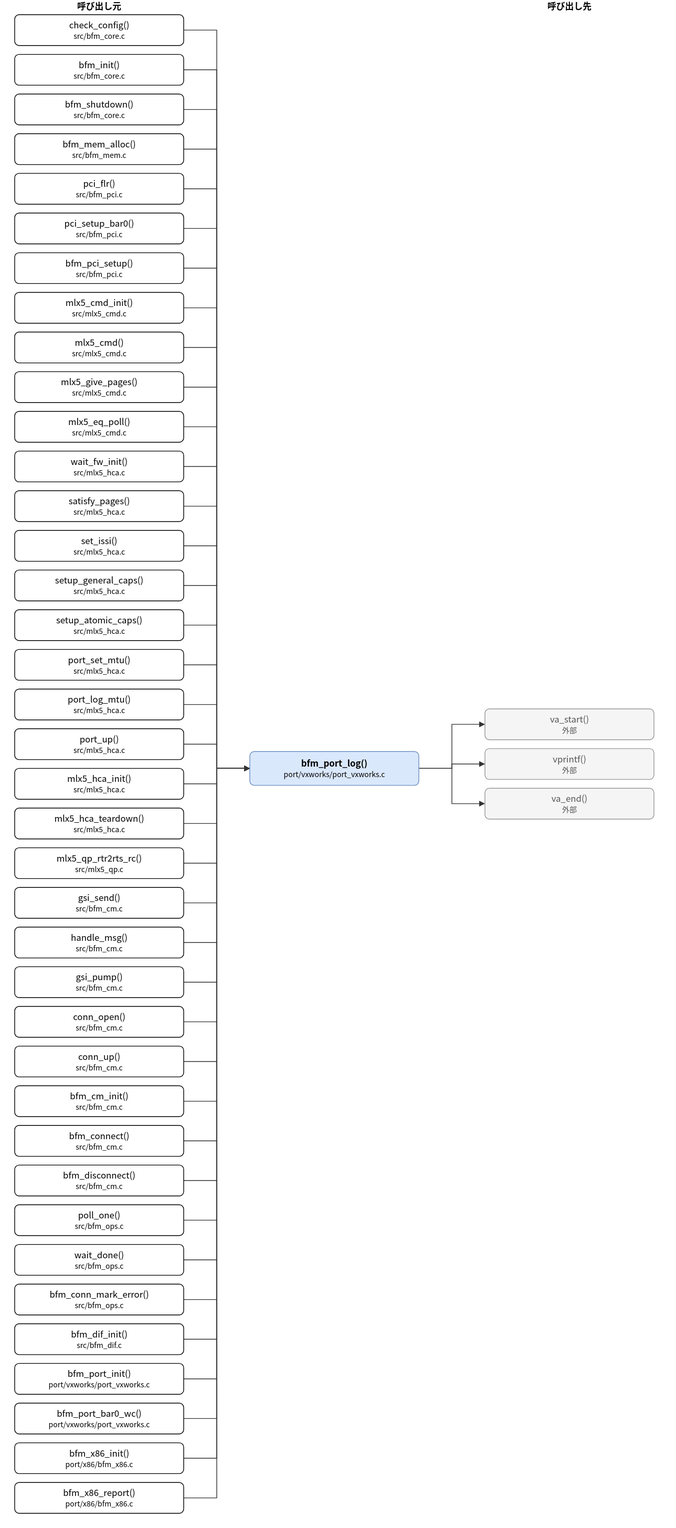
Earlier version of the draw.io export doc/spec/images/call_port_vxworks_port_vxworks-bfm_port_log.drawio.svg (hf355051012-ai/bfmem). Source tidied: cells renumbered, new cells last; positions are measured from the earlier drawing's top-left corner, leaving out a move shared by most shapes.
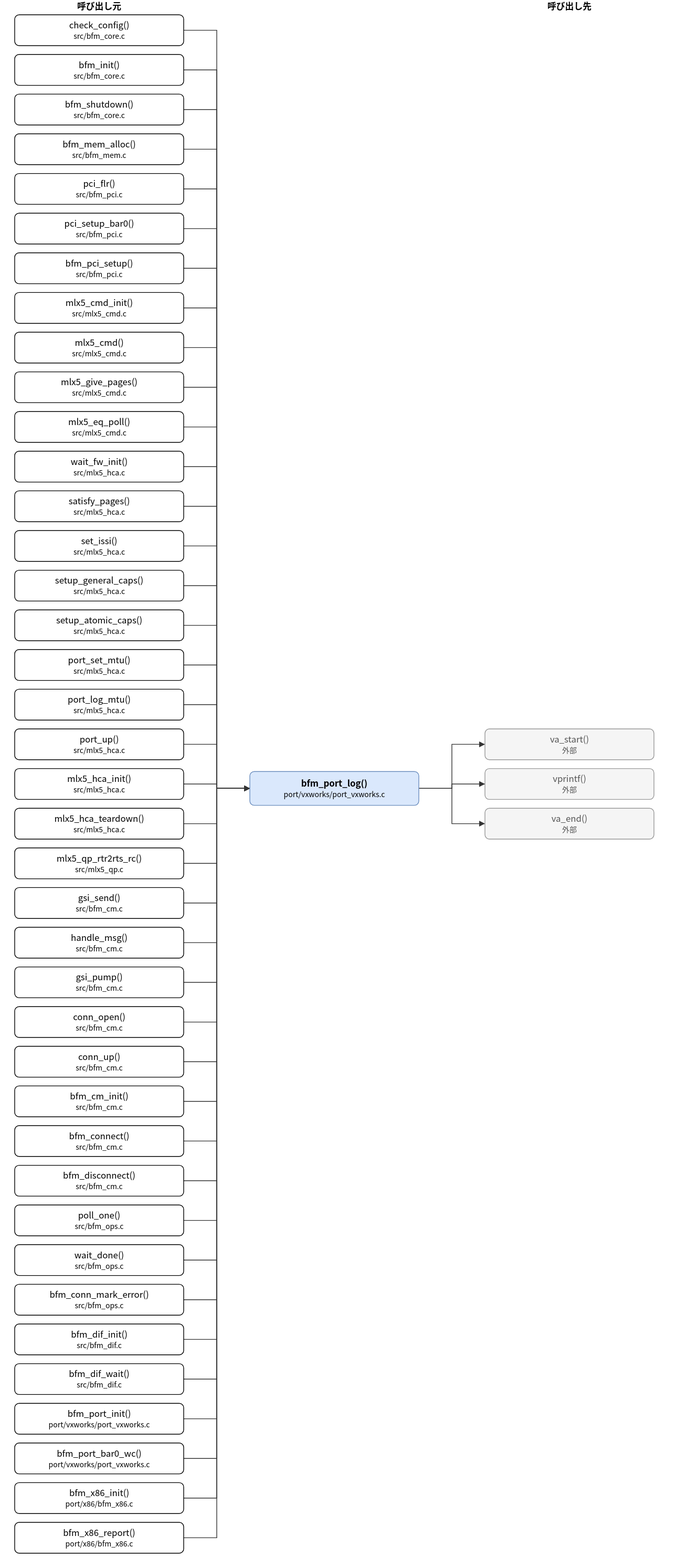
Above is the later version.

What changed in the source:
```diff
@@ -3,7 +3,7 @@
     <mxCell id="0" />
     <mxCell id="1" parent="0" />
     <mxCell id="2" value="bfm_port_log()&lt;br&gt;&lt;font style=&quot;font-size:10px&quot;&gt;port/vxworks/port_vxworks.c&lt;/font&gt;" style="rounded=1;whiteSpace=wrap;html=1;fillColor=#dae8fc;strokeColor=#6c8ebf;fontStyle=1;" parent="1" vertex="1">
-      <mxGeometry x="320" y="1023" width="230" height="46" as="geometry" />
+      <mxGeometry x="320" y="1050" width="230" height="46" as="geometry" />
     </mxCell>
     <mxCell id="3" value="check_config()&lt;br&gt;&lt;font style=&quot;font-size:10px&quot;&gt;src/bfm_core.c&lt;/font&gt;" style="rounded=1;whiteSpace=wrap;html=1;" parent="1" vertex="1">
       <mxGeometry y="20" width="230" height="42" as="geometry" />
@@ -107,32 +107,35 @@
     <mxCell id="36" value="bfm_dif_init()&lt;br&gt;&lt;font style=&quot;font-size:10px&quot;&gt;src/bfm_dif.c&lt;/font&gt;" style="rounded=1;whiteSpace=wrap;html=1;" parent="1" vertex="1">
       <mxGeometry y="1802" width="230" height="42" as="geometry" />
     </mxCell>
-    <mxCell id="37" value="bfm_port_init()&lt;br&gt;&lt;font style=&quot;font-size:10px&quot;&gt;port/vxworks/port_vxworks.c&lt;/font&gt;" style="rounded=1;whiteSpace=wrap;html=1;" parent="1" vertex="1">
+    <mxCell id="37" value="bfm_dif_wait()&lt;br&gt;&lt;font style=&quot;font-size:10px&quot;&gt;src/bfm_dif.c&lt;/font&gt;" style="rounded=1;whiteSpace=wrap;html=1;" parent="1" vertex="1">
       <mxGeometry y="1856" width="230" height="42" as="geometry" />
     </mxCell>
-    <mxCell id="38" value="bfm_port_bar0_wc()&lt;br&gt;&lt;font style=&quot;font-size:10px&quot;&gt;port/vxworks/port_vxworks.c&lt;/font&gt;" style="rounded=1;whiteSpace=wrap;html=1;" parent="1" vertex="1">
+    <mxCell id="38" value="bfm_port_init()&lt;br&gt;&lt;font style=&quot;font-size:10px&quot;&gt;port/vxworks/port_vxworks.c&lt;/font&gt;" style="rounded=1;whiteSpace=wrap;html=1;" parent="1" vertex="1">
       <mxGeometry y="1910" width="230" height="42" as="geometry" />
     </mxCell>
-    <mxCell id="39" value="bfm_x86_init()&lt;br&gt;&lt;font style=&quot;font-size:10px&quot;&gt;port/x86/bfm_x86.c&lt;/font&gt;" style="rounded=1;whiteSpace=wrap;html=1;" parent="1" vertex="1">
+    <mxCell id="39" value="bfm_port_bar0_wc()&lt;br&gt;&lt;font style=&quot;font-size:10px&quot;&gt;port/vxworks/port_vxworks.c&lt;/font&gt;" style="rounded=1;whiteSpace=wrap;html=1;" parent="1" vertex="1">
       <mxGeometry y="1964" width="230" height="42" as="geometry" />
     </mxCell>
-    <mxCell id="40" value="bfm_x86_report()&lt;br&gt;&lt;font style=&quot;font-size:10px&quot;&gt;port/x86/bfm_x86.c&lt;/font&gt;" style="rounded=1;whiteSpace=wrap;html=1;" parent="1" vertex="1">
+    <mxCell id="40" value="bfm_x86_init()&lt;br&gt;&lt;font style=&quot;font-size:10px&quot;&gt;port/x86/bfm_x86.c&lt;/font&gt;" style="rounded=1;whiteSpace=wrap;html=1;" parent="1" vertex="1">
       <mxGeometry y="2018" width="230" height="42" as="geometry" />
     </mxCell>
+    <mxCell id="87" value="bfm_x86_report()&lt;br&gt;&lt;font style=&quot;font-size:10px&quot;&gt;port/x86/bfm_x86.c&lt;/font&gt;" style="rounded=1;whiteSpace=wrap;html=1;" parent="1" vertex="1">
+      <mxGeometry y="2072" width="230" height="42" as="geometry" />
+    </mxCell>
     <mxCell id="41" value="va_start()&lt;br&gt;&lt;font style=&quot;font-size:10px&quot;&gt;外部&lt;/font&gt;" style="rounded=1;whiteSpace=wrap;html=1;fillColor=#f5f5f5;strokeColor=#999999;fontColor=#555555;" parent="1" vertex="1">
-      <mxGeometry x="640" y="965" width="230" height="42" as="geometry" />
+      <mxGeometry x="640" y="992" width="230" height="42" as="geometry" />
     </mxCell>
     <mxCell id="42" value="vprintf()&lt;br&gt;&lt;font style=&quot;font-size:10px&quot;&gt;外部&lt;/font&gt;" style="rounded=1;whiteSpace=wrap;html=1;fillColor=#f5f5f5;strokeColor=#999999;fontColor=#555555;" parent="1" vertex="1">
-      <mxGeometry x="640" y="1019" width="230" height="42" as="geometry" />
+      <mxGeometry x="640" y="1046" width="230" height="42" as="geometry" />
     </mxCell>
     <mxCell id="43" value="va_end()&lt;br&gt;&lt;font style=&quot;font-size:10px&quot;&gt;外部&lt;/font&gt;" style="rounded=1;whiteSpace=wrap;html=1;fillColor=#f5f5f5;strokeColor=#999999;fontColor=#555555;" parent="1" vertex="1">
-      <mxGeometry x="640" y="1073" width="230" height="42" as="geometry" />
+      <mxGeometry x="640" y="1100" width="230" height="42" as="geometry" />
     </mxCell>
     <mxCell id="44" style="edgeStyle=none;html=1;rounded=0;endArrow=block;endFill=1;exitX=1.0000;exitY=0.5000;exitDx=0;exitDy=0;exitPerimeter=0;entryX=0.0000;entryY=0.5000;entryDx=0;entryDy=0;entryPerimeter=0;" parent="1" edge="1" source="3" target="2">
       <mxGeometry relative="1" as="geometry">
         <Array as="points">
           <mxPoint x="275" y="41" />
-          <mxPoint x="275" y="1046" />
+          <mxPoint x="275" y="1073" />
         </Array>
       </mxGeometry>
     </mxCell>
@@ -140,7 +143,7 @@
       <mxGeometry relative="1" as="geometry">
         <Array as="points">
           <mxPoint x="275" y="95" />
-          <mxPoint x="275" y="1046" />
+          <mxPoint x="275" y="1073" />
         </Array>
       </mxGeometry>
     </mxCell>
@@ -148,7 +151,7 @@
       <mxGeometry relative="1" as="geometry">
         <Array as="points">
           <mxPoint x="275" y="149" />
-          <mxPoint x="275" y="1046" />
+          <mxPoint x="275" y="1073" />
         </Array>
       </mxGeometry>
     </mxCell>
@@ -156,7 +159,7 @@
       <mxGeometry relative="1" as="geometry">
         <Array as="points">
           <mxPoint x="275" y="203" />
-          <mxPoint x="275" y="1046" />
+          <mxPoint x="275" y="1073" />
         </Array>
       </mxGeometry>
     </mxCell>
@@ -164,7 +167,7 @@
       <mxGeometry relative="1" as="geometry">
         <Array as="points">
           <mxPoint x="275" y="257" />
-          <mxPoint x="275" y="1046" />
+          <mxPoint x="275" y="1073" />
         </Array>
       </mxGeometry>
     </mxCell>
@@ -172,7 +175,7 @@
       <mxGeometry relative="1" as="geometry">
         <Array as="points">
           <mxPoint x="275" y="311" />
-          <mxPoint x="275" y="1046" />
+          <mxPoint x="275" y="1073" />
         </Array>
       </mxGeometry>
     </mxCell>
@@ -180,7 +183,7 @@
       <mxGeometry relative="1" as="geometry">
         <Array as="points">
           <mxPoint x="275" y="365" />
-          <mxPoint x="275" y="1046" />
+          <mxPoint x="275" y="1073" />
         </Array>
       </mxGeometry>
     </mxCell>
@@ -188,7 +191,7 @@
       <mxGeometry relative="1" as="geometry">
         <Array as="points">
           <mxPoint x="275" y="419" />
-          <mxPoint x="275" y="1046" />
+          <mxPoint x="275" y="1073" />
         </Array>
       </mxGeometry>
     </mxCell>
@@ -196,7 +199,7 @@
       <mxGeometry relative="1" as="geometry">
         <Array as="points">
           <mxPoint x="275" y="473" />
-          <mxPoint x="275" y="1046" />
+          <mxPoint x="275" y="1073" />
         </Array>
       </mxGeometry>
     </mxCell>
@@ -204,7 +207,7 @@
       <mxGeometry relative="1" as="geometry">
         <Array as="points">
           <mxPoint x="275" y="527" />
-          <mxPoint x="275" y="1046" />
+          <mxPoint x="275" y="1073" />
         </Array>
       </mxGeometry>
     </mxCell>
@@ -212,7 +215,7 @@
       <mxGeometry relative="1" as="geometry">
         <Array as="points">
           <mxPoint x="275" y="581" />
-          <mxPoint x="275" y="1046" />
+          <mxPoint x="275" y="1073" />
         </Array>
       </mxGeometry>
     </mxCell>
@@ -220,7 +223,7 @@
       <mxGeometry relative="1" as="geometry">
         <Array as="points">
           <mxPoint x="275" y="635" />
-          <mxPoint x="275" y="1046" />
+          <mxPoint x="275" y="1073" />
         </Array>
       </mxGeometry>
     </mxCell>
@@ -228,7 +231,7 @@
       <mxGeometry relative="1" as="geometry">
         <Array as="points">
           <mxPoint x="275" y="689" />
-          <mxPoint x="275" y="1046" />
+          <mxPoint x="275" y="1073" />
         </Array>
       </mxGeometry>
     </mxCell>
@@ -236,7 +239,7 @@
       <mxGeometry relative="1" as="geometry">
         <Array as="points">
           <mxPoint x="275" y="743" />
-          <mxPoint x="275" y="1046" />
+          <mxPoint x="275" y="1073" />
         </Array>
       </mxGeometry>
     </mxCell>
@@ -244,7 +247,7 @@
       <mxGeometry relative="1" as="geometry">
         <Array as="points">
           <mxPoint x="275" y="797" />
-          <mxPoint x="275" y="1046" />
+          <mxPoint x="275" y="1073" />
         </Array>
       </mxGeometry>
     </mxCell>
@@ -252,7 +255,7 @@
       <mxGeometry relative="1" as="geometry">
         <Array as="points">
           <mxPoint x="275" y="851" />
-          <mxPoint x="275" y="1046" />
+          <mxPoint x="275" y="1073" />
         </Array>
       </mxGeometry>
     </mxCell>
@@ -260,7 +263,7 @@
       <mxGeometry relative="1" as="geometry">
         <Array as="points">
           <mxPoint x="275" y="905" />
-          <mxPoint x="275" y="1046" />
+          <mxPoint x="275" y="1073" />
         </Array>
       </mxGeometry>
     </mxCell>
@@ -268,7 +271,7 @@
       <mxGeometry relative="1" as="geometry">
         <Array as="points">
           <mxPoint x="275" y="959" />
-          <mxPoint x="275" y="1046" />
+          <mxPoint x="275" y="1073" />
         </Array>
       </mxGeometry>
     </mxCell>
@@ -276,7 +279,7 @@
       <mxGeometry relative="1" as="geometry">
         <Array as="points">
           <mxPoint x="275" y="1013" />
-          <mxPoint x="275" y="1046" />
+          <mxPoint x="275" y="1073" />
         </Array>
       </mxGeometry>
     </mxCell>
@@ -284,7 +287,7 @@
       <mxGeometry relative="1" as="geometry">
         <Array as="points">
           <mxPoint x="275" y="1067" />
-          <mxPoint x="275" y="1046" />
+          <mxPoint x="275" y="1073" />
         </Array>
       </mxGeometry>
     </mxCell>
@@ -292,7 +295,7 @@
       <mxGeometry relative="1" as="geometry">
         <Array as="points">
           <mxPoint x="275" y="1121" />
-          <mxPoint x="275" y="1046" />
+          <mxPoint x="275" y="1073" />
         </Array>
       </mxGeometry>
     </mxCell>
@@ -300,7 +303,7 @@
       <mxGeometry relative="1" as="geometry">
         <Array as="points">
           <mxPoint x="275" y="1175" />
-          <mxPoint x="275" y="1046" />
+          <mxPoint x="275" y="1073" />
         </Array>
       </mxGeometry>
     </mxCell>
@@ -308,7 +311,7 @@
       <mxGeometry relative="1" as="geometry">
         <Array as="points">
           <mxPoint x="275" y="1229" />
-          <mxPoint x="275" y="1046" />
+          <mxPoint x="275" y="1073" />
         </Array>
       </mxGeometry>
     </mxCell>
@@ -316,7 +319,7 @@
       <mxGeometry relative="1" as="geometry">
         <Array as="points">
           <mxPoint x="275" y="1283" />
-          <mxPoint x="275" y="1046" />
+          <mxPoint x="275" y="1073" />
         </Array>
       </mxGeometry>
     </mxCell>
@@ -324,7 +327,7 @@
       <mxGeometry relative="1" as="geometry">
         <Array as="points">
           <mxPoint x="275" y="1337" />
-          <mxPoint x="275" y="1046" />
+          <mxPoint x="275" y="1073" />
         </Array>
       </mxGeometry>
     </mxCell>
@@ -332,7 +335,7 @@
       <mxGeometry relative="1" as="geometry">
         <Array as="points">
           <mxPoint x="275" y="1391" />
-          <mxPoint x="275" y="1046" />
+          <mxPoint x="275" y="1073" />
         </Array>
       </mxGeometry>
     </mxCell>
@@ -340,7 +343,7 @@
       <mxGeometry relative="1" as="geometry">
         <Array as="points">
           <mxPoint x="275" y="1445" />
-          <mxPoint x="275" y="1046" />
+          <mxPoint x="275" y="1073" />
         </Array>
       </mxGeometry>
     </mxCell>
@@ -348,7 +351,7 @@
       <mxGeometry relative="1" as="geometry">
         <Array as="points">
           <mxPoint x="275" y="1499" />
-          <mxPoint x="275" y="1046" />
+          <mxPoint x="275" y="1073" />
         </Array>
       </mxGeometry>
     </mxCell>
@@ -356,7 +359,7 @@
       <mxGeometry relative="1" as="geometry">
         <Array as="points">
           <mxPoint x="275" y="1553" />
-          <mxPoint x="275" y="1046" />
+          <mxPoint x="275" y="1073" />
         </Array>
       </mxGeometry>
     </mxCell>
@@ -364,7 +367,7 @@
       <mxGeometry relative="1" as="geometry">
         <Array as="points">
           <mxPoint x="275" y="1607" />
-          <mxPoint x="275" y="1046" />
+          <mxPoint x="275" y="1073" />
         </Array>
       </mxGeometry>
     </mxCell>
@@ -372,7 +375,7 @@
       <mxGeometry relative="1" as="geometry">
         <Array as="points">
           <mxPoint x="275" y="1661" />
-          <mxPoint x="275" y="1046" />
+          <mxPoint x="275" y="1073" />
         </Array>
       </mxGeometry>
     </mxCell>
@@ -380,7 +383,7 @@
       <mxGeometry relative="1" as="geometry">
         <Array as="points">
           <mxPoint x="275" y="1715" />
-          <mxPoint x="275" y="1046" />
+          <mxPoint x="275" y="1073" />
         </Array>
       </mxGeometry>
     </mxCell>
@@ -388,7 +391,7 @@
       <mxGeometry relative="1" as="geometry">
         <Array as="points">
           <mxPoint x="275" y="1769" />
-          <mxPoint x="275" y="1046" />
+          <mxPoint x="275" y="1073" />
         </Array>
       </mxGeometry>
     </mxCell>
@@ -396,7 +399,7 @@
       <mxGeometry relative="1" as="geometry">
         <Array as="points">
           <mxPoint x="275" y="1823" />
-          <mxPoint x="275" y="1046" />
+          <mxPoint x="275" y="1073" />
         </Array>
       </mxGeometry>
     </mxCell>
@@ -404,7 +407,7 @@
       <mxGeometry relative="1" as="geometry">
         <Array as="points">
           <mxPoint x="275" y="1877" />
-          <mxPoint x="275" y="1046" />
+          <mxPoint x="275" y="1073" />
         </Array>
       </mxGeometry>
     </mxCell>
@@ -412,7 +415,7 @@
       <mxGeometry relative="1" as="geometry">
         <Array as="points">
           <mxPoint x="275" y="1931" />
-          <mxPoint x="275" y="1046" />
+          <mxPoint x="275" y="1073" />
         </Array>
       </mxGeometry>
     </mxCell>
@@ -420,7 +423,7 @@
       <mxGeometry relative="1" as="geometry">
         <Array as="points">
           <mxPoint x="275" y="1985" />
-          <mxPoint x="275" y="1046" />
+          <mxPoint x="275" y="1073" />
         </Array>
       </mxGeometry>
     </mxCell>
@@ -428,34 +431,42 @@
       <mxGeometry relative="1" as="geometry">
         <Array as="points">
           <mxPoint x="275" y="2039" />
-          <mxPoint x="275" y="1046" />
+          <mxPoint x="275" y="1073" />
         </Array>
       </mxGeometry>
     </mxCell>
-    <mxCell id="82" style="edgeStyle=none;html=1;rounded=0;endArrow=block;endFill=1;exitX=1.0000;exitY=0.5000;exitDx=0;exitDy=0;exitPerimeter=0;entryX=0.0000;entryY=0.5000;entryDx=0;entryDy=0;entryPerimeter=0;" parent="1" edge="1" source="2" target="41">
+    <mxCell id="82" style="edgeStyle=none;html=1;rounded=0;endArrow=block;endFill=1;exitX=1.0000;exitY=0.5000;exitDx=0;exitDy=0;exitPerimeter=0;entryX=0.0000;entryY=0.5000;entryDx=0;entryDy=0;entryPerimeter=0;" parent="1" edge="1" source="87" target="2">
       <mxGeometry relative="1" as="geometry">
         <Array as="points">
-          <mxPoint x="595" y="1046" />
-          <mxPoint x="595" y="986" />
+          <mxPoint x="275" y="2093" />
+          <mxPoint x="275" y="1073" />
         </Array>
       </mxGeometry>
     </mxCell>
-    <mxCell id="83" style="edgeStyle=none;html=1;rounded=0;endArrow=block;endFill=1;exitX=1.0000;exitY=0.5000;exitDx=0;exitDy=0;exitPerimeter=0;entryX=0.0000;entryY=0.5000;entryDx=0;entryDy=0;entryPerimeter=0;" parent="1" edge="1" source="2" target="42">
+    <mxCell id="83" style="edgeStyle=none;html=1;rounded=0;endArrow=block;endFill=1;exitX=1.0000;exitY=0.5000;exitDx=0;exitDy=0;exitPerimeter=0;entryX=0.0000;entryY=0.5000;entryDx=0;entryDy=0;entryPerimeter=0;" parent="1" edge="1" source="2" target="41">
       <mxGeometry relative="1" as="geometry">
         <Array as="points">
-          <mxPoint x="595" y="1046" />
-          <mxPoint x="595" y="1040" />
+          <mxPoint x="595" y="1073" />
+          <mxPoint x="595" y="1013" />
         </Array>
       </mxGeometry>
     </mxCell>
-    <mxCell id="84" style="edgeStyle=none;html=1;rounded=0;endArrow=block;endFill=1;exitX=1.0000;exitY=0.5000;exitDx=0;exitDy=0;exitPerimeter=0;entryX=0.0000;entryY=0.5000;entryDx=0;entryDy=0;entryPerimeter=0;" parent="1" edge="1" source="2" target="43">
+    <mxCell id="84" style="edgeStyle=none;html=1;rounded=0;endArrow=block;endFill=1;exitX=1.0000;exitY=0.5000;exitDx=0;exitDy=0;exitPerimeter=0;entryX=0.0000;entryY=0.5000;entryDx=0;entryDy=0;entryPerimeter=0;" parent="1" edge="1" source="2" target="42">
       <mxGeometry relative="1" as="geometry">
         <Array as="points">
-          <mxPoint x="595" y="1046" />
-          <mxPoint x="595" y="1094" />
+          <mxPoint x="595" y="1073" />
+          <mxPoint x="595" y="1067" />
         </Array>
       </mxGeometry>
     </mxCell>
+    <mxCell id="88" style="edgeStyle=none;html=1;rounded=0;endArrow=block;endFill=1;exitX=1.0000;exitY=0.5000;exitDx=0;exitDy=0;exitPerimeter=0;entryX=0.0000;entryY=0.5000;entryDx=0;entryDy=0;entryPerimeter=0;" parent="1" edge="1" source="2" target="43">
+      <mxGeometry relative="1" as="geometry">
+        <Array as="points">
+          <mxPoint x="595" y="1073" />
+          <mxPoint x="595" y="1121" />
+        </Array>
+      </mxGeometry>
+    </mxCell>
     <mxCell id="85" value="呼び出し元" style="text;html=1;align=center;fontStyle=1;" parent="1" vertex="1">
       <mxGeometry x="35" width="160" height="18" as="geometry" />
     </mxCell>
```
